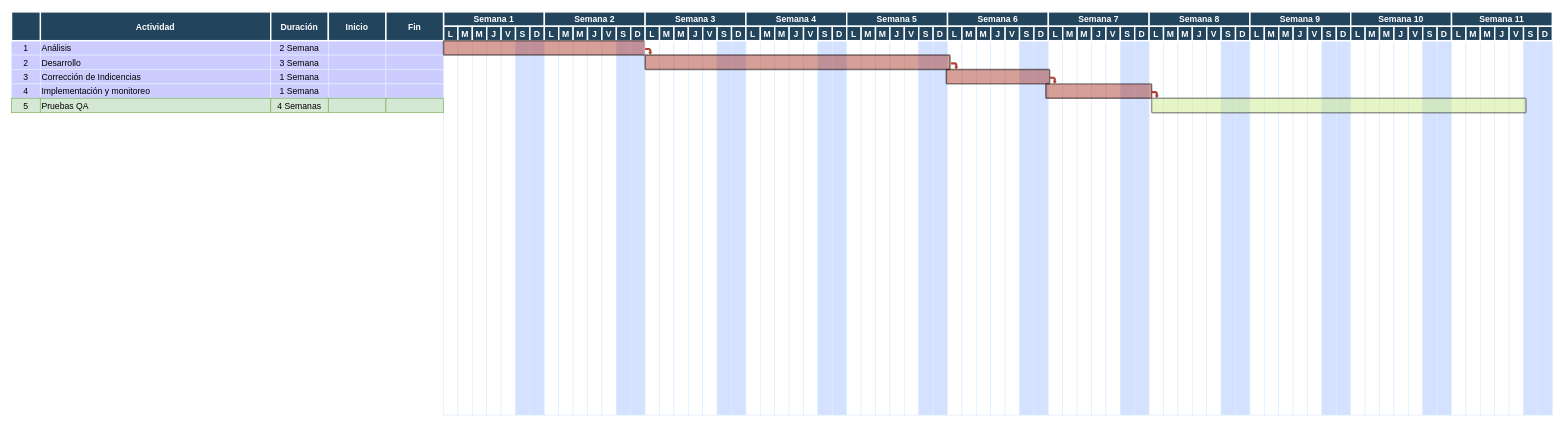
Above: RoadMap_CatalogoAutos.drawio in endoeca2/Diagramas (draw.io), before the change. Source tidied: cells renumbered, new cells numbered last; positions are measured from the earlier drawing's top-left corner, leaving out a move shared by most shapes. Both pictures are drawn from the tidied source at 72%, with x=0, y=0 at pixel (11, 12).
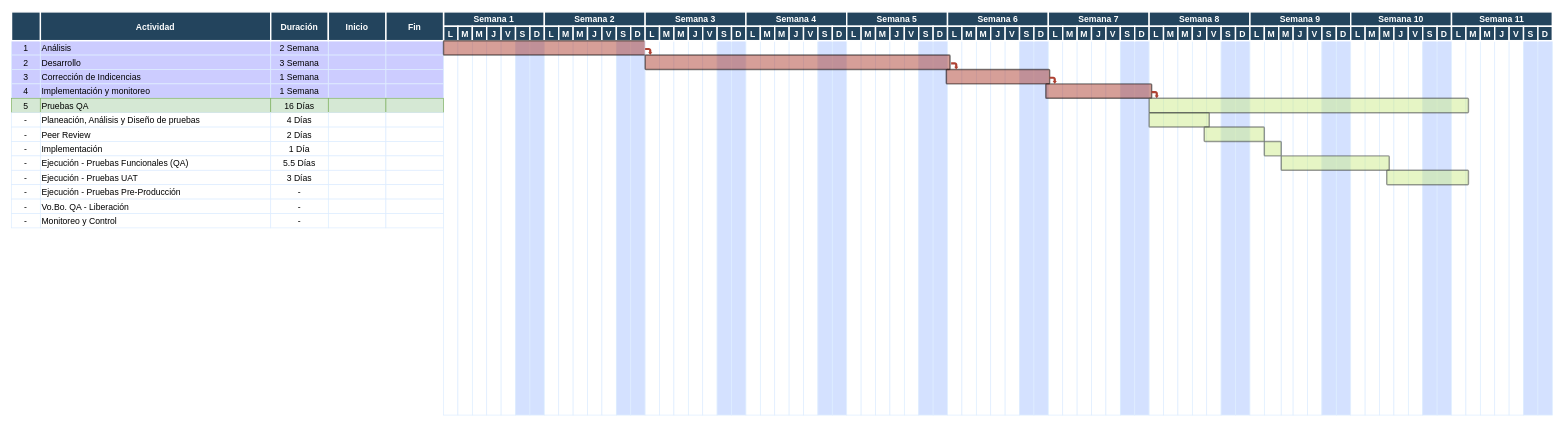
After the change.

Diff of the diagram source:
```diff
@@
-    <mxCell id="25" value="4 Semanas" style="strokeColor=#82b366;fillColor=#d5e8d4;" parent="1" vertex="1">
+    <mxCell id="25" value="16 Días" style="strokeColor=#82b366;fillColor=#d5e8d4;" parent="1" vertex="1">
       <mxGeometry x="360.5" y="120" width="80" height="20" as="geometry" />
     </mxCell>
@@
+    <mxCell id="206" value="-" style="strokeColor=#DEEDFF;" parent="1" vertex="1">
+      <mxGeometry x="0.5" y="140" width="40" height="20" as="geometry" />
+    </mxCell>
+    <mxCell id="207" value="Planeación, Análisis y Diseño de pruebas" style="align=left;strokeColor=#DEEDFF;" parent="1" vertex="1">
+      <mxGeometry x="40.5" y="140" width="320" height="20" as="geometry" />
+    </mxCell>
+    <mxCell id="208" value="4 Días" style="strokeColor=#DEEDFF;" parent="1" vertex="1">
+      <mxGeometry x="360.5" y="140" width="80" height="20" as="geometry" />
+    </mxCell>
+    <mxCell id="209" style="strokeColor=#DEEDFF;" parent="1" vertex="1">
+      <mxGeometry x="440.5" y="140" width="80" height="20" as="geometry" />
+    </mxCell>
+    <mxCell id="210" style="strokeColor=#DEEDFF;" parent="1" vertex="1">
+      <mxGeometry x="520.5" y="140" width="80" height="20" as="geometry" />
+    </mxCell>
+    <mxCell id="211" value="-" style="strokeColor=#DEEDFF;" parent="1" vertex="1">
+      <mxGeometry x="0.5" y="160" width="40" height="20" as="geometry" />
+    </mxCell>
+    <mxCell id="212" value="Peer Review" style="align=left;strokeColor=#DEEDFF;" parent="1" vertex="1">
+      <mxGeometry x="40.5" y="160" width="320" height="20" as="geometry" />
+    </mxCell>
+    <mxCell id="213" value="2 Días" style="strokeColor=#DEEDFF;" parent="1" vertex="1">
+      <mxGeometry x="360.5" y="160" width="80" height="20" as="geometry" />
+    </mxCell>
+    <mxCell id="214" style="strokeColor=#DEEDFF;" parent="1" vertex="1">
+      <mxGeometry x="440.5" y="160" width="80" height="20" as="geometry" />
+    </mxCell>
+    <mxCell id="215" style="strokeColor=#DEEDFF;" parent="1" vertex="1">
+      <mxGeometry x="520.5" y="160" width="80" height="20" as="geometry" />
+    </mxCell>
+    <mxCell id="216" value="-" style="strokeColor=#DEEDFF;fillColor=#FFFFFF;" parent="1" vertex="1">
+      <mxGeometry x="0.5" y="180" width="40" height="20" as="geometry" />
+    </mxCell>
+    <mxCell id="217" value="Implementación" style="align=left;strokeColor=#DEEDFF;fillColor=#FFFFFF;" parent="1" vertex="1">
+      <mxGeometry x="40.5" y="180" width="320" height="20" as="geometry" />
+    </mxCell>
+    <mxCell id="218" value="1 Día" style="strokeColor=#DEEDFF;fillColor=#FFFFFF;" parent="1" vertex="1">
+      <mxGeometry x="360.5" y="180" width="80" height="20" as="geometry" />
+    </mxCell>
+    <mxCell id="219" style="strokeColor=#DEEDFF;fillColor=#FFFFFF;" parent="1" vertex="1">
+      <mxGeometry x="440.5" y="180" width="80" height="20" as="geometry" />
+    </mxCell>
+    <mxCell id="220" style="strokeColor=#DEEDFF;fillColor=#FFFFFF;" parent="1" vertex="1">
+      <mxGeometry x="520.5" y="180" width="80" height="20" as="geometry" />
+    </mxCell>
+    <mxCell id="221" value="-" style="strokeColor=#DEEDFF;fillColor=#FFFFFF;" parent="1" vertex="1">
+      <mxGeometry x="0.5" y="200" width="40" height="20" as="geometry" />
+    </mxCell>
+    <mxCell id="222" value="Ejecución - Pruebas Funcionales (QA)" style="align=left;strokeColor=#DEEDFF;fillColor=#FFFFFF;" parent="1" vertex="1">
+      <mxGeometry x="40.5" y="200" width="320" height="20" as="geometry" />
+    </mxCell>
+    <mxCell id="223" value="5.5 Días" style="strokeColor=#DEEDFF;fillColor=#FFFFFF;" parent="1" vertex="1">
+      <mxGeometry x="360.5" y="200" width="80" height="20" as="geometry" />
+    </mxCell>
+    <mxCell id="224" style="strokeColor=#DEEDFF;fillColor=#FFFFFF;" parent="1" vertex="1">
+      <mxGeometry x="440.5" y="200" width="80" height="20" as="geometry" />
+    </mxCell>
+    <mxCell id="225" style="strokeColor=#DEEDFF;fillColor=#FFFFFF;" parent="1" vertex="1">
+      <mxGeometry x="520.5" y="200" width="80" height="20" as="geometry" />
+    </mxCell>
@@
     <mxCell id="154" style="strokeColor=#DEEDFF;" parent="1" vertex="1">
-      <mxGeometry x="1740.5" y="40" width="20" height="520" as="geometry" />
+      <mxGeometry x="1740.5" y="40" width="23.5" height="520" as="geometry" />
     </mxCell>
     <mxCell id="155" style="strokeColor=#DEEDFF;" parent="1" vertex="1">
-      <mxGeometry x="1760.5" y="40" width="20" height="520" as="geometry" />
+      <mxGeometry x="1764" y="40" width="16.5" height="520" as="geometry" />
     </mxCell>
@@
     <mxCell id="205" style="shape=mxgraph.flowchart.process;fillColor=#cdeb8b;strokeColor=#36393d;strokeWidth=2;opacity=50;" parent="1" vertex="1">
-      <mxGeometry x="1584" y="120" width="520" height="20" as="geometry" />
+      <mxGeometry x="1580.5" y="120" width="443.5" height="20" as="geometry" />
     </mxCell>
+    <mxCell id="226" value="-" style="strokeColor=#DEEDFF;" parent="1" vertex="1">
+      <mxGeometry x="0.5" y="220" width="40" height="20" as="geometry" />
+    </mxCell>
+    <mxCell id="227" value="Ejecución - Pruebas UAT" style="align=left;strokeColor=#DEEDFF;" parent="1" vertex="1">
+      <mxGeometry x="40.5" y="220" width="320" height="20" as="geometry" />
+    </mxCell>
+    <mxCell id="228" value="3 Días" style="strokeColor=#DEEDFF;" parent="1" vertex="1">
+      <mxGeometry x="360.5" y="220" width="80" height="20" as="geometry" />
+    </mxCell>
+    <mxCell id="229" style="strokeColor=#DEEDFF;" parent="1" vertex="1">
+      <mxGeometry x="440.5" y="220" width="80" height="20" as="geometry" />
+    </mxCell>
+    <mxCell id="230" style="strokeColor=#DEEDFF;" parent="1" vertex="1">
+      <mxGeometry x="520.5" y="220" width="80" height="20" as="geometry" />
+    </mxCell>
+    <mxCell id="231" value="-" style="strokeColor=#DEEDFF;fillColor=#FFFFFF;" parent="1" vertex="1">
+      <mxGeometry x="0.5" y="240" width="40" height="20" as="geometry" />
+    </mxCell>
+    <mxCell id="232" value="Ejecución - Pruebas Pre-Producción" style="align=left;strokeColor=#DEEDFF;fillColor=#FFFFFF;" parent="1" vertex="1">
+      <mxGeometry x="40.5" y="240" width="320" height="20" as="geometry" />
+    </mxCell>
+    <mxCell id="233" value="-" style="strokeColor=#DEEDFF;fillColor=#FFFFFF;" parent="1" vertex="1">
+      <mxGeometry x="360.5" y="240" width="80" height="20" as="geometry" />
+    </mxCell>
+    <mxCell id="234" style="strokeColor=#DEEDFF;fillColor=#FFFFFF;" parent="1" vertex="1">
+      <mxGeometry x="440.5" y="240" width="80" height="20" as="geometry" />
+    </mxCell>
+    <mxCell id="235" style="strokeColor=#DEEDFF;fillColor=#FFFFFF;" parent="1" vertex="1">
+      <mxGeometry x="520.5" y="240" width="80" height="20" as="geometry" />
+    </mxCell>
+    <mxCell id="236" value="-" style="strokeColor=#DEEDFF;fillColor=#FFFFFF;" parent="1" vertex="1">
+      <mxGeometry x="0.5" y="260" width="40" height="20" as="geometry" />
+    </mxCell>
+    <mxCell id="237" value="Vo.Bo. QA - Liberación" style="align=left;strokeColor=#DEEDFF;fillColor=#FFFFFF;" parent="1" vertex="1">
+      <mxGeometry x="40.5" y="260" width="320" height="20" as="geometry" />
+    </mxCell>
+    <mxCell id="238" value="-" style="strokeColor=#DEEDFF;fillColor=#FFFFFF;" parent="1" vertex="1">
+      <mxGeometry x="360.5" y="260" width="80" height="20" as="geometry" />
+    </mxCell>
+    <mxCell id="239" style="strokeColor=#DEEDFF;fillColor=#FFFFFF;" parent="1" vertex="1">
+      <mxGeometry x="440.5" y="260" width="80" height="20" as="geometry" />
+    </mxCell>
+    <mxCell id="240" style="strokeColor=#DEEDFF;fillColor=#FFFFFF;" parent="1" vertex="1">
+      <mxGeometry x="520.5" y="260" width="80" height="20" as="geometry" />
+    </mxCell>
+    <mxCell id="241" value="-" style="strokeColor=#DEEDFF;fillColor=#FFFFFF;" parent="1" vertex="1">
+      <mxGeometry x="0.5" y="280" width="40" height="20" as="geometry" />
+    </mxCell>
+    <mxCell id="242" value="Monitoreo y Control" style="align=left;strokeColor=#DEEDFF;fillColor=#FFFFFF;" parent="1" vertex="1">
+      <mxGeometry x="40.5" y="280" width="320" height="20" as="geometry" />
+    </mxCell>
+    <mxCell id="243" value="-" style="strokeColor=#DEEDFF;fillColor=#FFFFFF;" parent="1" vertex="1">
+      <mxGeometry x="360.5" y="280" width="80" height="20" as="geometry" />
+    </mxCell>
+    <mxCell id="244" style="strokeColor=#DEEDFF;fillColor=#FFFFFF;" parent="1" vertex="1">
+      <mxGeometry x="440.5" y="280" width="80" height="20" as="geometry" />
+    </mxCell>
+    <mxCell id="245" style="strokeColor=#DEEDFF;fillColor=#FFFFFF;" parent="1" vertex="1">
+      <mxGeometry x="520.5" y="280" width="80" height="20" as="geometry" />
+    </mxCell>
+    <mxCell id="246" style="shape=mxgraph.flowchart.process;fillColor=#cdeb8b;strokeColor=#36393d;strokeWidth=2;opacity=50;" parent="1" vertex="1">
+      <mxGeometry x="1580.5" y="140" width="83.5" height="20" as="geometry" />
+    </mxCell>
+    <mxCell id="247" style="shape=mxgraph.flowchart.process;fillColor=#cdeb8b;strokeColor=#36393d;strokeWidth=2;opacity=50;" parent="1" vertex="1">
+      <mxGeometry x="1657" y="160" width="83.5" height="20" as="geometry" />
+    </mxCell>
+    <mxCell id="248" style="shape=mxgraph.flowchart.process;fillColor=#cdeb8b;strokeColor=#36393d;strokeWidth=2;opacity=50;" parent="1" vertex="1">
+      <mxGeometry x="1740.5" y="180" width="23.5" height="20" as="geometry" />
+    </mxCell>
+    <mxCell id="249" style="shape=mxgraph.flowchart.process;fillColor=#cdeb8b;strokeColor=#36393d;strokeWidth=2;opacity=50;" parent="1" vertex="1">
+      <mxGeometry x="1764" y="200" width="150" height="20" as="geometry" />
+    </mxCell>
+    <mxCell id="250" style="shape=mxgraph.flowchart.process;fillColor=#cdeb8b;strokeColor=#36393d;strokeWidth=2;opacity=50;" parent="1" vertex="1">
+      <mxGeometry x="1910.5" y="220" width="113.5" height="20" as="geometry" />
+    </mxCell>
```
